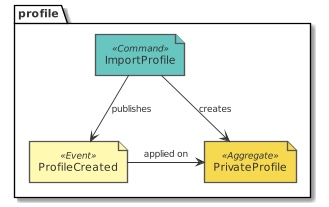
Earlier version of the PlantUML export paper/design_profile_eventstorming_import.png (tmorin/dorders).
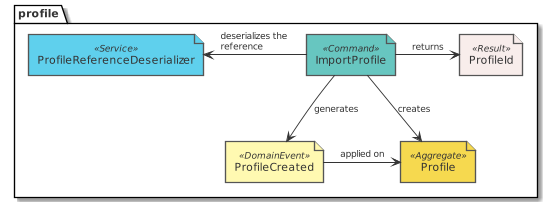
The same file after the commit.

Change to the diagram source:
```diff
@@ -3,10 +3,14 @@
 !include ../.gdiag/plantuml-libs/eventstorming/eventstorming-all.puml
 package profile {
   command('ImportProfile')
-  event('ProfileCreated')
-  aggregate('PrivateProfile')
+  domain_event('ProfileCreated')
+  aggregate('Profile')
+  result('ProfileId')
+  service('ProfileReferenceDeserializer')
 }
-ImportProfile --> ProfileCreated : publishes
-ImportProfile -d-> PrivateProfile : creates
-ProfileCreated -r-> PrivateProfile : applied on
+ImportProfile --> ProfileCreated : generates
+ImportProfile --> Profile : creates
+ImportProfile -r-> ProfileId : returns
+ImportProfile -l-> ProfileReferenceDeserializer : deserializes the reference
+ProfileCreated -r-> Profile : applied on
 @enduml
```
